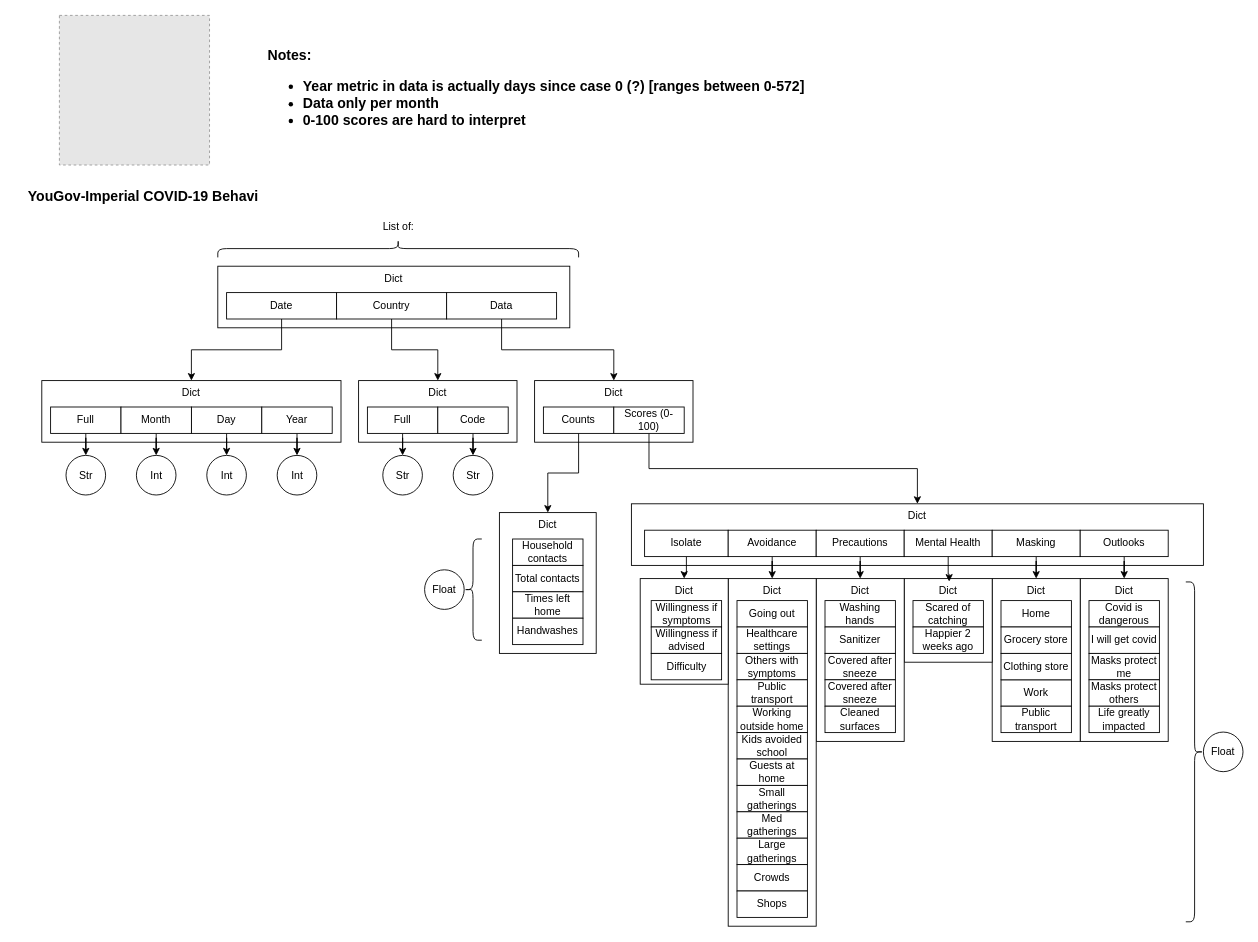
notsamdonald/Computational-Thinking keeps this draw.io diagram as page "Covid Behaviors" (7 of 8) of dataset_structures.drawio. Above is the earlier version. Source tidied: cells renumbered, new cells numbered last; positions are measured from the earlier drawing's top-left corner, leaving out a move shared by most shapes. Both pictures are drawn from the tidied source at 88%, with x=0, y=0 at pixel (15, 15). Pictures stored in the file or linked from it are replaced by grey dashed boxes.
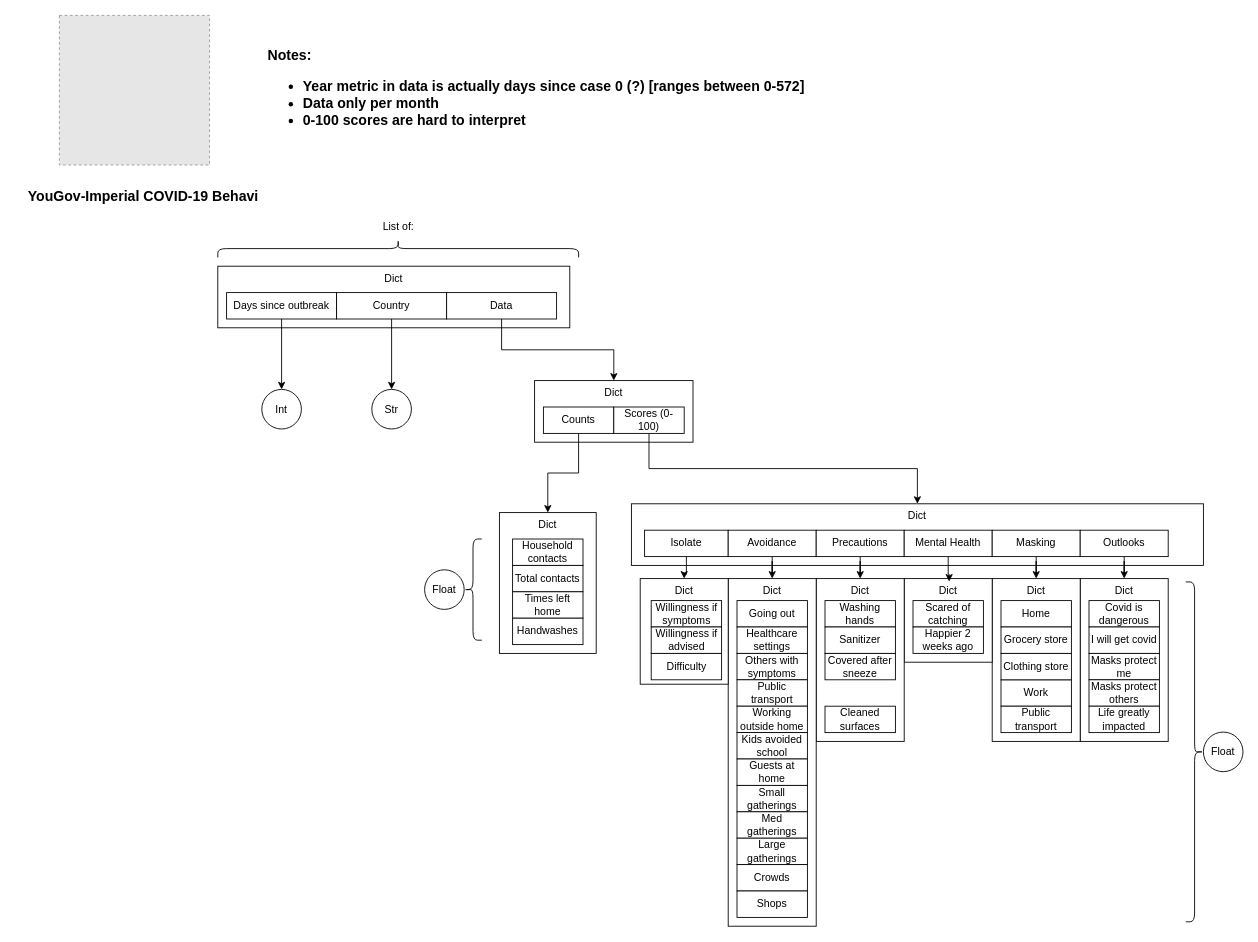
After the change.

The change refers to these unchanged cells:
```xml
<mxCell id="18" value="Country" style="rounded=0;whiteSpace=wrap;html=1;" parent="1" vertex="1">
  <mxGeometry x="365" y="315" width="125" height="30" as="geometry" />
</mxCell>
```

Change to the diagram source:
```diff
@@
-    <mxCell id="10" style="edgeStyle=orthogonalEdgeStyle;rounded=0;jettySize=auto;html=1;" parent="1" edge="1" source="11" target="19">
-      <mxGeometry relative="1" as="geometry" />
-    </mxCell>
+    <mxCell id="99" style="edgeStyle=orthogonalEdgeStyle;rounded=0;jettySize=auto;html=1;entryX=0.5;entryY=0;entryDx=0;entryDy=0;" parent="1" edge="1" source="11" target="30">
+      <mxGeometry relative="1" as="geometry" />
+    </mxCell>
-    <mxCell id="11" value="Date" style="rounded=0;whiteSpace=wrap;html=1;" parent="1" vertex="1">
+    <mxCell id="11" value="Days since outbreak" style="rounded=0;whiteSpace=wrap;html=1;" parent="1" vertex="1">
       <mxGeometry x="240" y="315" width="125" height="30" as="geometry" />
     </mxCell>
@@
-    <mxCell id="17" style="edgeStyle=orthogonalEdgeStyle;rounded=0;jettySize=auto;html=1;entryX=0.5;entryY=0;entryDx=0;entryDy=0;" parent="1" edge="1" source="18" target="32">
-      <mxGeometry relative="1" as="geometry" />
-    </mxCell>
+    <mxCell id="100" style="edgeStyle=orthogonalEdgeStyle;rounded=0;jettySize=auto;html=1;entryX=0.5;entryY=0;entryDx=0;entryDy=0;" parent="1" edge="1" source="18" target="37">
+      <mxGeometry relative="1" as="geometry" />
+    </mxCell>
@@
-    <mxCell id="19" value="Dict" style="rounded=0;whiteSpace=wrap;html=1;verticalAlign=top;" parent="1" vertex="1">
-      <mxGeometry x="30" y="415" width="340" height="70" as="geometry" />
-    </mxCell>
-    <mxCell id="20" style="edgeStyle=orthogonalEdgeStyle;rounded=0;jettySize=auto;html=1;" parent="1" edge="1" source="21" target="28">
-      <mxGeometry relative="1" as="geometry" />
-    </mxCell>
-    <mxCell id="21" value="Full" style="rounded=0;whiteSpace=wrap;html=1;" parent="1" vertex="1">
-      <mxGeometry x="40" y="445" width="80" height="30" as="geometry" />
-    </mxCell>
-    <mxCell id="22" style="edgeStyle=orthogonalEdgeStyle;rounded=0;jettySize=auto;html=1;" parent="1" edge="1" source="23" target="30">
-      <mxGeometry relative="1" as="geometry" />
-    </mxCell>
-    <mxCell id="23" value="Day" style="rounded=0;whiteSpace=wrap;html=1;" parent="1" vertex="1">
-      <mxGeometry x="200" y="445" width="80" height="30" as="geometry" />
-    </mxCell>
-    <mxCell id="24" style="edgeStyle=orthogonalEdgeStyle;rounded=0;jettySize=auto;html=1;" parent="1" edge="1" source="25" target="29">
-      <mxGeometry relative="1" as="geometry" />
-    </mxCell>
-    <mxCell id="25" value="Month" style="rounded=0;whiteSpace=wrap;html=1;" parent="1" vertex="1">
-      <mxGeometry x="120" y="445" width="80" height="30" as="geometry" />
-    </mxCell>
-    <mxCell id="26" style="edgeStyle=orthogonalEdgeStyle;rounded=0;jettySize=auto;html=1;" parent="1" edge="1" source="27" target="31">
-      <mxGeometry relative="1" as="geometry" />
-    </mxCell>
-    <mxCell id="27" value="Year" style="rounded=0;whiteSpace=wrap;html=1;" parent="1" vertex="1">
-      <mxGeometry x="280" y="445" width="80" height="30" as="geometry" />
-    </mxCell>
-    <mxCell id="28" value="Str" style="ellipse;whiteSpace=wrap;html=1;" parent="1" vertex="1">
-      <mxGeometry x="57.5" y="500" width="45" height="45" as="geometry" />
-    </mxCell>
-    <mxCell id="29" value="Int" style="ellipse;whiteSpace=wrap;html=1;" parent="1" vertex="1">
-      <mxGeometry x="137.5" y="500" width="45" height="45" as="geometry" />
-    </mxCell>
     <mxCell id="30" value="Int" style="ellipse;whiteSpace=wrap;html=1;" parent="1" vertex="1">
-      <mxGeometry x="217.5" y="500" width="45" height="45" as="geometry" />
+      <mxGeometry x="280" y="425" width="45" height="45" as="geometry" />
     </mxCell>
-    <mxCell id="31" value="Int" style="ellipse;whiteSpace=wrap;html=1;" parent="1" vertex="1">
-      <mxGeometry x="297.5" y="500" width="45" height="45" as="geometry" />
-    </mxCell>
-    <mxCell id="32" value="Dict" style="rounded=0;whiteSpace=wrap;html=1;verticalAlign=top;" parent="1" vertex="1">
-      <mxGeometry x="390" y="415" width="180" height="70" as="geometry" />
-    </mxCell>
-    <mxCell id="33" style="edgeStyle=orthogonalEdgeStyle;rounded=0;jettySize=auto;html=1;" parent="1" edge="1" source="34" target="37">
-      <mxGeometry relative="1" as="geometry" />
-    </mxCell>
-    <mxCell id="34" value="Full" style="rounded=0;whiteSpace=wrap;html=1;" parent="1" vertex="1">
-      <mxGeometry x="400" y="445" width="80" height="30" as="geometry" />
-    </mxCell>
-    <mxCell id="35" style="edgeStyle=orthogonalEdgeStyle;rounded=0;jettySize=auto;html=1;" parent="1" edge="1" source="36" target="38">
-      <mxGeometry relative="1" as="geometry" />
-    </mxCell>
-    <mxCell id="36" value="Code" style="rounded=0;whiteSpace=wrap;html=1;" parent="1" vertex="1">
-      <mxGeometry x="480" y="445" width="80" height="30" as="geometry" />
-    </mxCell>
     <mxCell id="37" value="Str" style="ellipse;whiteSpace=wrap;html=1;" parent="1" vertex="1">
-      <mxGeometry x="417.5" y="500" width="45" height="45" as="geometry" />
+      <mxGeometry x="405" y="425" width="45" height="45" as="geometry" />
     </mxCell>
-    <mxCell id="38" value="Str" style="ellipse;whiteSpace=wrap;html=1;" parent="1" vertex="1">
-      <mxGeometry x="497.5" y="500" width="45" height="45" as="geometry" />
-    </mxCell>
@@
-    <mxCell id="63" value="Covered after sneeze" style="rounded=0;whiteSpace=wrap;html=1;" parent="1" vertex="1">
-      <mxGeometry x="920" y="755" width="80" height="30" as="geometry" />
-    </mxCell>
```
